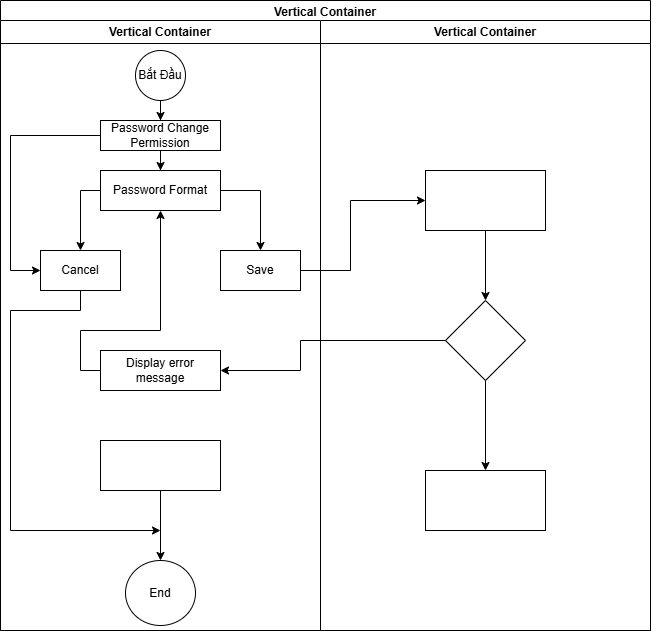
Junglou/-n keeps this draw.io diagram as KTPM_LT.drawio.png. Above is the earlier version. Source tidied: cells renumbered, new cells last; positions are measured from the earlier drawing's top-left corner, leaving out a move shared by most shapes.
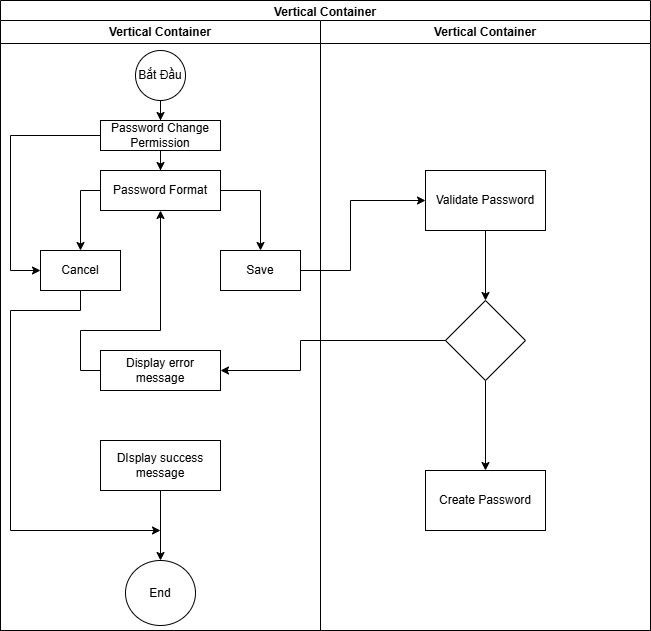
After the change.

Change to the diagram source:
```diff
@@ -11,7 +11,7 @@
     <mxCell id="4" style="edgeStyle=orthogonalEdgeStyle;rounded=0;jettySize=auto;html=1;" parent="3" edge="1" source="5" target="7">
       <mxGeometry relative="1" as="geometry" />
     </mxCell>
-    <mxCell id="5" style="rounded=0;whiteSpace=wrap;html=1;" parent="3" vertex="1">
+    <mxCell id="5" value="Validate Password" style="rounded=0;whiteSpace=wrap;html=1;" parent="3" vertex="1">
       <mxGeometry x="105" y="150" width="120" height="60" as="geometry" />
     </mxCell>
     <mxCell id="6" style="edgeStyle=orthogonalEdgeStyle;rounded=0;jettySize=auto;html=1;" parent="3" edge="1" source="7" target="8">
@@ -20,7 +20,7 @@
     <mxCell id="7" style="rhombus;whiteSpace=wrap;html=1;rounded=0;" parent="3" vertex="1">
       <mxGeometry x="125" y="280" width="80" height="80" as="geometry" />
     </mxCell>
-    <mxCell id="8" style="whiteSpace=wrap;html=1;rounded=0;" parent="3" vertex="1">
+    <mxCell id="8" value="Create Password" style="whiteSpace=wrap;html=1;rounded=0;" parent="3" vertex="1">
       <mxGeometry x="105" y="450" width="120" height="60" as="geometry" />
     </mxCell>
     <mxCell id="9" value="Vertical Container" style="swimlane;whiteSpace=wrap;html=1;" parent="2" vertex="1">
@@ -76,7 +76,7 @@
     <mxCell id="22" style="edgeStyle=orthogonalEdgeStyle;rounded=0;jettySize=auto;html=1;" parent="9" edge="1" source="23" target="24">
       <mxGeometry relative="1" as="geometry" />
     </mxCell>
-    <mxCell id="23" style="whiteSpace=wrap;html=1;" parent="9" vertex="1">
+    <mxCell id="23" value="DIsplay success message" style="whiteSpace=wrap;html=1;" parent="9" vertex="1">
       <mxGeometry x="100" y="420" width="120" height="50" as="geometry" />
     </mxCell>
     <mxCell id="24" value="End" style="ellipse;whiteSpace=wrap;html=1;" parent="9" vertex="1">
```
